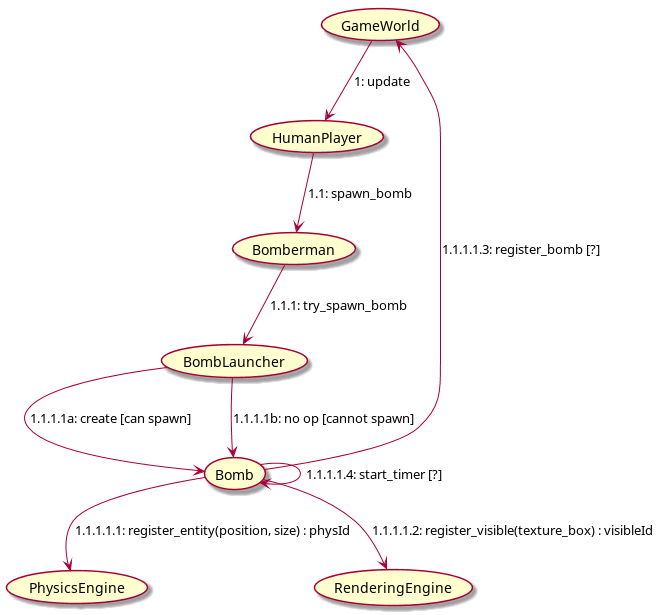
Above: docs/img/Communication_UC_2_1.png in NadzwyczajnaGrupaRobocza/bomberman (PlantUML), before the change. Its diagram source:
```plantuml
@startuml

(GameWorld) --> (HumanPlayer) : "1: update"
(HumanPlayer) --> (Bomberman) : "1.1: spawn_bomb"
(Bomberman) --> (BombLauncher) : "1.1.1: try_spawn_bomb"
(BombLauncher) --> (Bomb) : "1.1.1.1a: create [can spawn]"
(BombLauncher) --> (Bomb) : "1.1.1.1b: no op [cannot spawn]"

(Bomb) --> (PhysicsEngine) :   "1.1.1.1.1: register_entity(position, size) : physId"
(Bomb) --> (RenderingEngine) : "1.1.1.1.2: register_visible(texture_box) : visibleId"

(Bomb) --> (GameWorld) : "1.1.1.1.3: register_bomb [?]"
(Bomb) --> (Bomb) :      "1.1.1.1.4: start_timer [?]"

@enduml
```
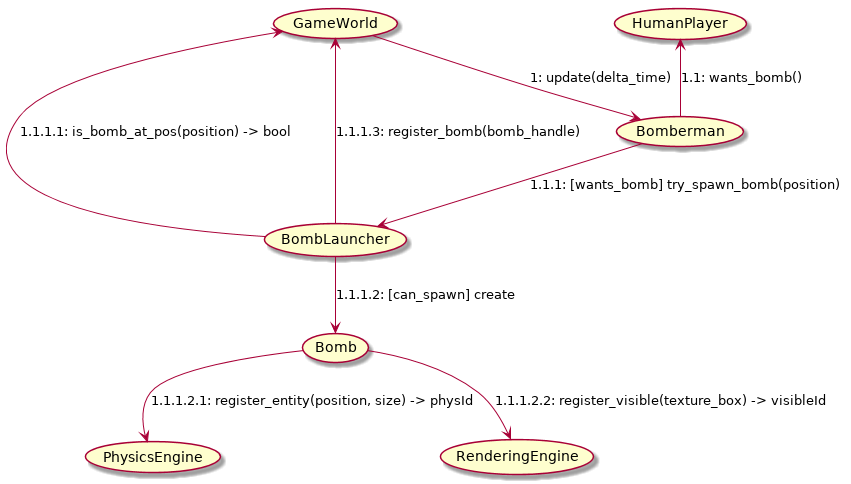
After the commit.

The edit, as a diff of the source:
```diff
@@ -1,15 +1,14 @@
 @startuml
 
-(GameWorld) --> (HumanPlayer) : "1: update"
-(HumanPlayer) --> (Bomberman) : "1.1: spawn_bomb"
-(Bomberman) --> (BombLauncher) : "1.1.1: try_spawn_bomb"
-(BombLauncher) --> (Bomb) : "1.1.1.1a: create [can spawn]"
-(BombLauncher) --> (Bomb) : "1.1.1.1b: no op [cannot spawn]"
+(GameWorld) --> (Bomberman) : "1: update(delta_time)"
+(HumanPlayer) <-- (Bomberman) : "1.1: wants_bomb()"
+(Bomberman) --> (BombLauncher) : "1.1.1: [wants_bomb] try_spawn_bomb(position)"
+(BombLauncher) --> (GameWorld) : "1.1.1.1: is_bomb_at_pos(position) -> bool"
+(BombLauncher) --> (Bomb) : "1.1.1.2: [can_spawn] create"
 
-(Bomb) --> (PhysicsEngine) :   "1.1.1.1.1: register_entity(position, size) : physId"
-(Bomb) --> (RenderingEngine) : "1.1.1.1.2: register_visible(texture_box) : visibleId"
+(Bomb) --> (PhysicsEngine) :   "1.1.1.2.1: register_entity(position, size) -> physId"
+(Bomb) --> (RenderingEngine) : "1.1.1.2.2: register_visible(texture_box) -> visibleId"
 
-(Bomb) --> (GameWorld) : "1.1.1.1.3: register_bomb [?]"
-(Bomb) --> (Bomb) :      "1.1.1.1.4: start_timer [?]"
+(BombLauncher) --> (GameWorld) : "1.1.1.3: register_bomb(bomb_handle)"
 
 @enduml
```
